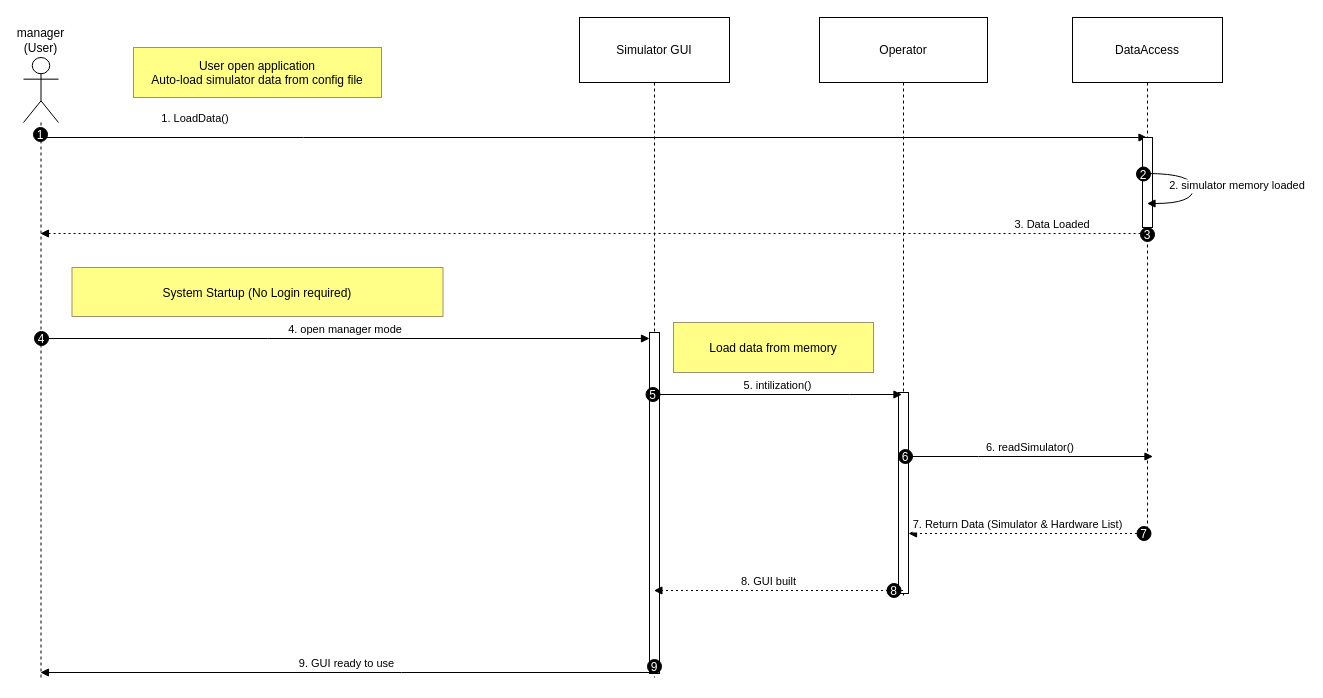
Earlier version of the draw.io diagram page "Manager_Login_Usecase" (1 of 12) of Usecase2.drawio (EliyaMalka/Drawio). Source tidied: cells renumbered, new cells numbered last; positions are measured from the earlier drawing's top-left corner, leaving out a move shared by most shapes. Both pictures are drawn from the tidied source at 100%, with x=0, y=0 at pixel (23, 17).
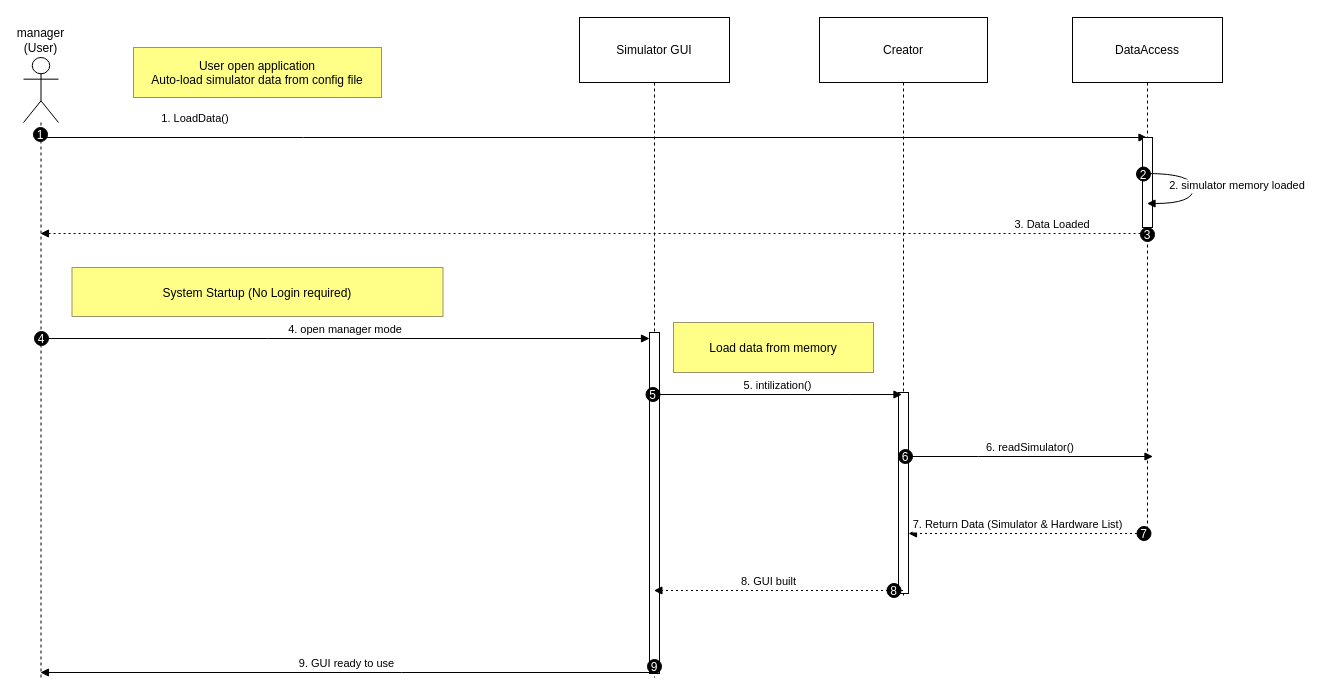
The same page after the edit.

What changed in the source:
```diff
@@
-    <mxCell id="5" value="Operator" style="shape=umlLifeline;perimeter=lifelinePerimeter;whiteSpace=wrap;newEdgeStyle={&quot;edgeStyle&quot;:&quot;elbowEdgeStyle&quot;,&quot;elbow&quot;:&quot;vertical&quot;,&quot;curved&quot;:0,&quot;rounded&quot;:0};size=65;" parent="1" vertex="1">
+    <mxCell id="5" value="Creator" style="shape=umlLifeline;perimeter=lifelinePerimeter;whiteSpace=wrap;newEdgeStyle={&quot;edgeStyle&quot;:&quot;elbowEdgeStyle&quot;,&quot;elbow&quot;:&quot;vertical&quot;,&quot;curved&quot;:0,&quot;rounded&quot;:0};size=65;" parent="1" vertex="1">
       <mxGeometry x="796" width="168" height="580" as="geometry" />
     </mxCell>
```
